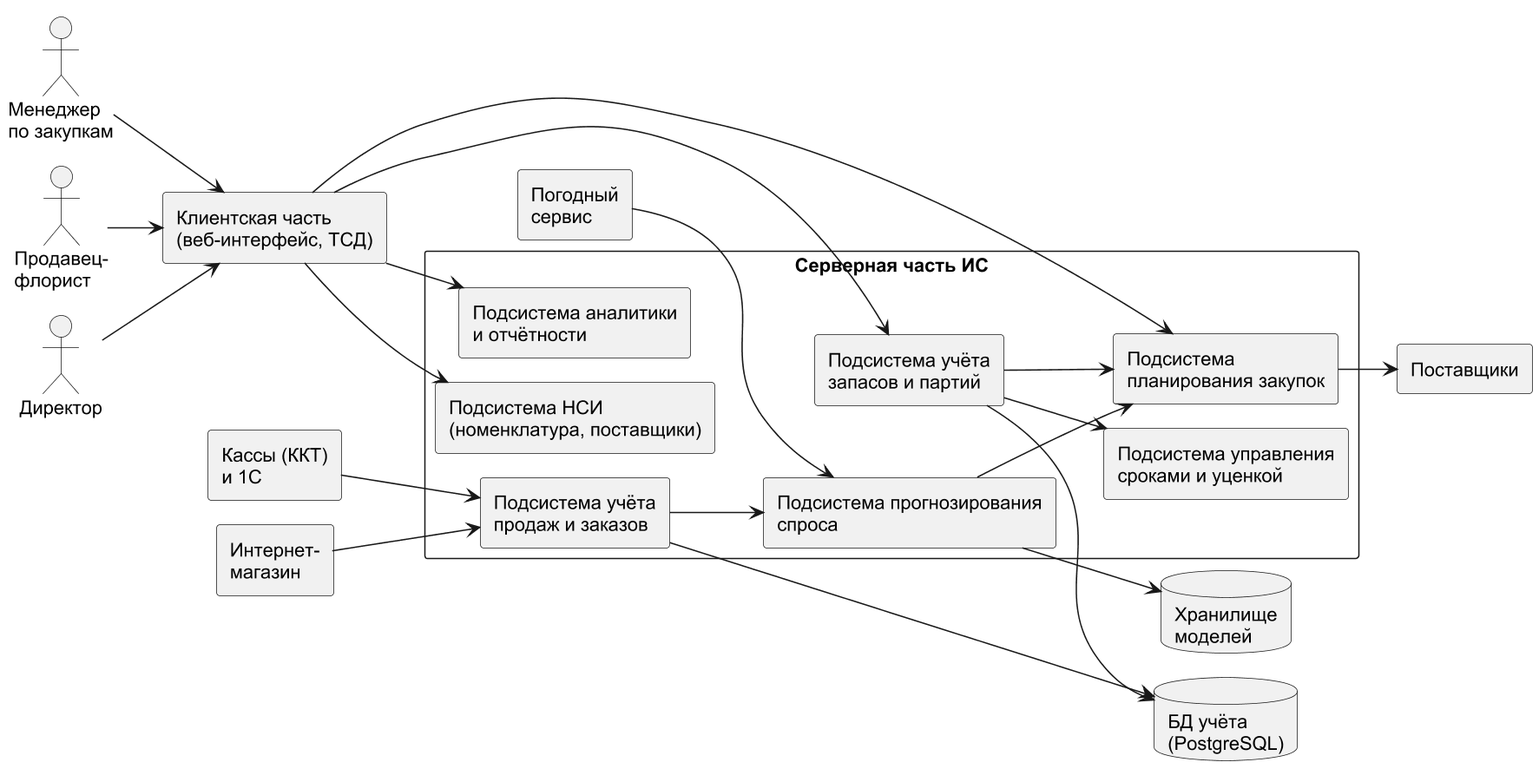
Earlier version of the PlantUML export diagrams/pr3_architecture.png (DarkSwordman999/flower-demand-planning).
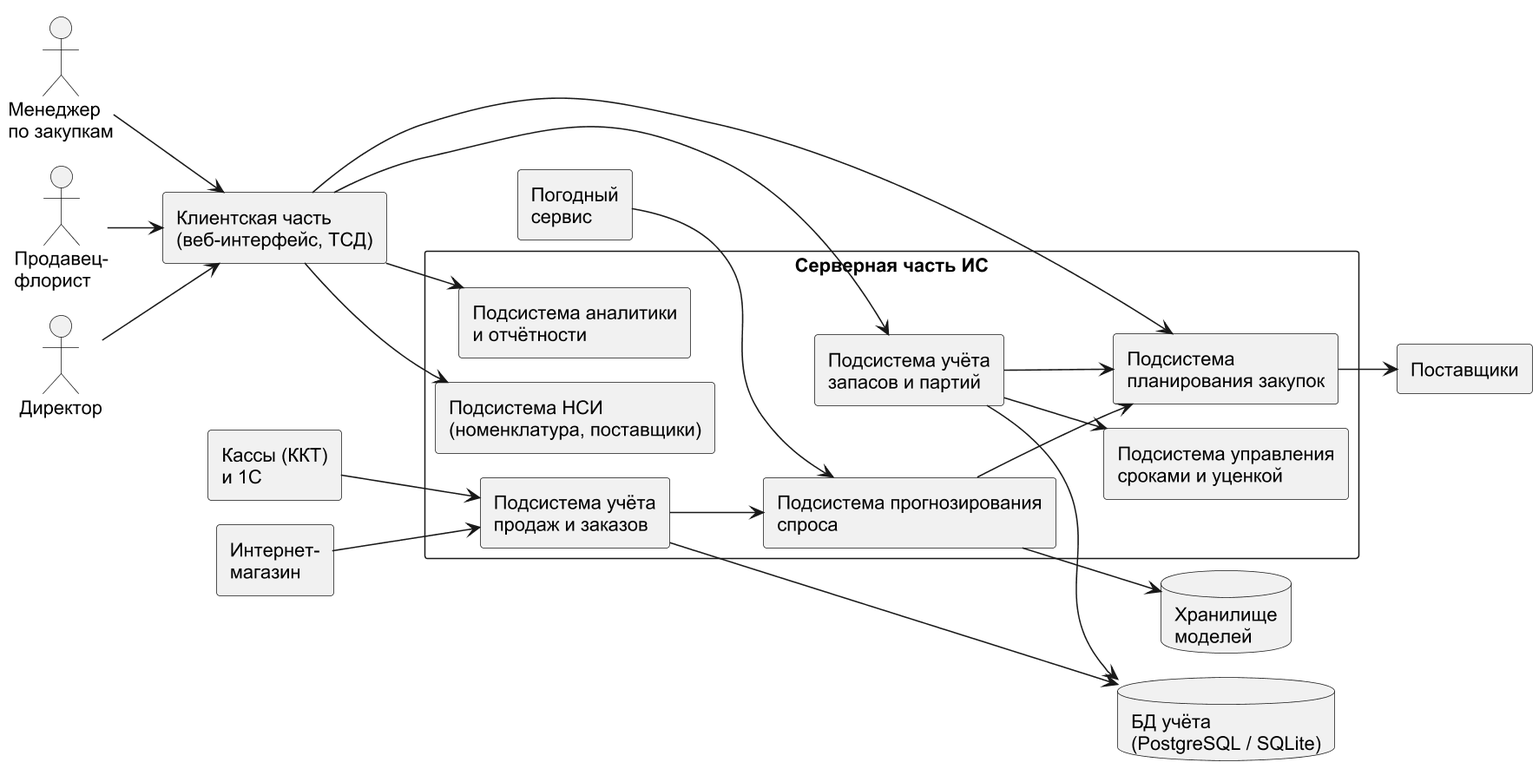
Later version of the same file.

The edit, as a diff of the source:
```diff
@@ -18,7 +18,7 @@
   rectangle "Подсистема управления\nсроками и уценкой" as F
   rectangle "Подсистема аналитики\nи отчётности" as G
 }
-database "БД учёта\n(PostgreSQL)" as DB
+database "БД учёта\n(PostgreSQL / SQLite)" as DB
 database "Хранилище\nмоделей" as MR
 rectangle "Кассы (ККТ)\nи 1С" as KKT
 rectangle "Интернет-\nмагазин" as WEB
```
